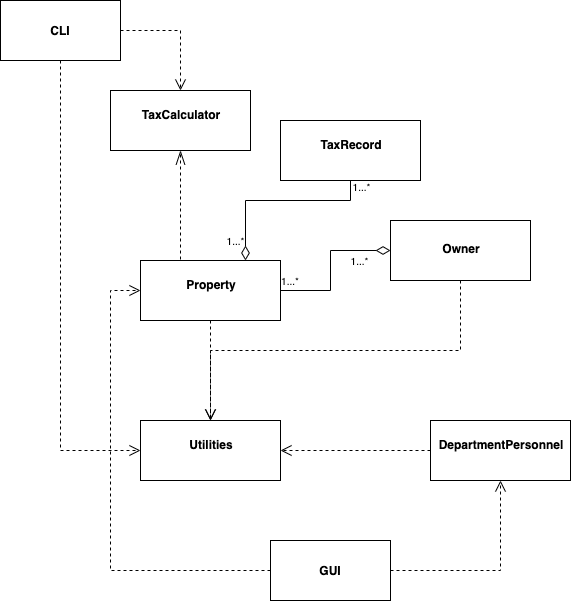
Above: Design/CS4013UML.png in ishalazo/cs4013Project (draw.io), before the change. Source tidied: cells renumbered, new cells last; positions are measured from the earlier drawing's top-left corner, leaving out a move shared by most shapes.
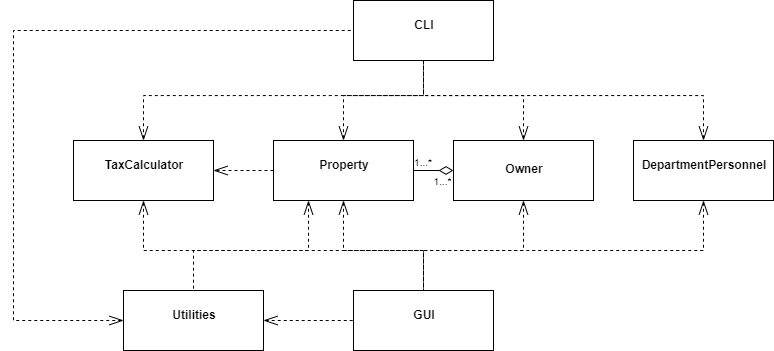
After the change.

Change to the diagram source:
```diff
@@ -2,85 +2,78 @@
   <root>
     <mxCell id="0" />
     <mxCell id="1" parent="0" />
-    <mxCell id="2" style="rounded=0;jettySize=auto;html=1;exitX=0.75;exitY=0;exitDx=0;exitDy=0;startArrow=diamondThin;startFill=0;startSize=12;endArrow=none;endFill=0;entryX=0.5;entryY=1;entryDx=0;entryDy=0;edgeStyle=orthogonalEdgeStyle;" parent="1" edge="1" source="5" target="6">
-      <mxGeometry relative="1" as="geometry">
-        <Array as="points">
-          <mxPoint x="245" y="200" />
-          <mxPoint x="350" y="200" />
-        </Array>
-      </mxGeometry>
-    </mxCell>
-    <mxCell id="3" style="rounded=0;jettySize=auto;html=1;exitX=0.25;exitY=0;exitDx=0;exitDy=0;entryX=0.5;entryY=1;entryDx=0;entryDy=0;dashed=1;strokeWidth=1;endFill=0;endArrow=openThin;endSize=12;startFill=0;startSize=12;edgeStyle=orthogonalEdgeStyle;" parent="1" edge="1" source="5" target="13">
-      <mxGeometry relative="1" as="geometry">
-        <Array as="points">
-          <mxPoint x="180" y="260" />
-        </Array>
-      </mxGeometry>
+    <mxCell id="3" style="rounded=0;jettySize=auto;html=1;entryX=1;entryY=0.5;entryDx=0;entryDy=0;dashed=1;strokeWidth=1;endFill=0;endArrow=openThin;endSize=12;startFill=0;startSize=12;edgeStyle=orthogonalEdgeStyle;" parent="1" edge="1" source="5" target="13">
+      <mxGeometry relative="1" as="geometry" />
     </mxCell>
+    <mxCell id="24" style="edgeStyle=orthogonalEdgeStyle;rounded=0;jettySize=auto;html=1;exitX=0.5;exitY=0;exitDx=0;exitDy=0;entryX=0.5;entryY=1;entryDx=0;entryDy=0;dashed=1;strokeWidth=1;endFill=0;endArrow=none;endSize=12;startFill=0;startSize=12;startArrow=openThin;" parent="1" edge="1" source="5" target="23">
+      <mxGeometry relative="1" as="geometry" />
+    </mxCell>
+    <mxCell id="25" style="edgeStyle=orthogonalEdgeStyle;rounded=0;jettySize=auto;html=1;exitX=0.5;exitY=1;exitDx=0;exitDy=0;startArrow=openThin;startFill=0;endArrow=none;endFill=0;dashed=1;strokeWidth=1;endSize=12;startSize=12;" parent="1" edge="1" source="5">
+      <mxGeometry relative="1" as="geometry">
+        <mxPoint x="330" y="370" as="targetPoint" />
+      </mxGeometry>
+    </mxCell>
-    <mxCell id="4" style="edgeStyle=orthogonalEdgeStyle;rounded=0;jettySize=auto;html=1;exitX=0.5;exitY=1;exitDx=0;exitDy=0;entryX=0.5;entryY=0;entryDx=0;entryDy=0;dashed=1;startSize=6;endArrow=open;endFill=0;endSize=9;strokeWidth=1;" parent="1" edge="1" source="5" target="9">
+    <mxCell id="4" style="edgeStyle=orthogonalEdgeStyle;rounded=0;jettySize=auto;html=1;exitX=0.25;exitY=1;exitDx=0;exitDy=0;entryX=0.5;entryY=0;entryDx=0;entryDy=0;startArrow=openThin;startFill=0;endArrow=none;endFill=0;dashed=1;strokeWidth=1;endSize=12;startSize=12;" parent="1" edge="1" source="5" target="9">
       <mxGeometry relative="1" as="geometry" />
     </mxCell>
     <mxCell id="5" value="&lt;p style=&quot;margin: 0px ; margin-top: 4px ; text-align: center&quot;&gt;&lt;br&gt;&lt;b&gt;Property&lt;/b&gt;&lt;/p&gt;" style="verticalAlign=top;align=left;overflow=fill;fontSize=12;fontFamily=Helvetica;html=1;" parent="1" vertex="1">
-      <mxGeometry x="140" y="260" width="140" height="60" as="geometry" />
+      <mxGeometry x="180" y="220" width="140" height="60" as="geometry" />
     </mxCell>
-    <mxCell id="6" value="&lt;p style=&quot;margin: 0px ; margin-top: 4px ; text-align: center&quot;&gt;&lt;br&gt;&lt;b&gt;TaxRecord&lt;/b&gt;&lt;/p&gt;" style="verticalAlign=top;align=left;overflow=fill;fontSize=12;fontFamily=Helvetica;html=1;" parent="1" vertex="1">
-      <mxGeometry x="280" y="120" width="140" height="60" as="geometry" />
-    </mxCell>
-    <mxCell id="7" style="edgeStyle=orthogonalEdgeStyle;rounded=0;jettySize=auto;html=1;exitX=0;exitY=0.5;exitDx=0;exitDy=0;entryX=1;entryY=0.5;entryDx=0;entryDy=0;dashed=1;startSize=6;endArrow=open;endFill=0;endSize=9;strokeWidth=1;" parent="1" edge="1" source="8" target="9">
-      <mxGeometry relative="1" as="geometry" />
-    </mxCell>
+    <mxCell id="26" style="edgeStyle=orthogonalEdgeStyle;rounded=0;jettySize=auto;html=1;exitX=0.5;exitY=0;exitDx=0;exitDy=0;entryX=0.5;entryY=1;entryDx=0;entryDy=0;dashed=1;strokeWidth=1;endFill=0;endArrow=none;endSize=12;startFill=0;startSize=12;startArrow=openThin;" parent="1" edge="1" source="8" target="23">
+      <mxGeometry relative="1" as="geometry" />
+    </mxCell>
+    <mxCell id="27" style="edgeStyle=orthogonalEdgeStyle;rounded=0;jettySize=auto;html=1;exitX=0.5;exitY=1;exitDx=0;exitDy=0;entryX=0.5;entryY=0;entryDx=0;entryDy=0;startArrow=openThin;startFill=0;endArrow=none;endFill=0;dashed=1;strokeWidth=1;endSize=12;startSize=12;" parent="1" edge="1" source="8" target="20">
+      <mxGeometry relative="1" as="geometry" />
+    </mxCell>
     <mxCell id="8" value="&lt;p style=&quot;margin: 0px ; margin-top: 4px ; text-align: center&quot;&gt;&lt;br&gt;&lt;b&gt;DepartmentPersonnel&lt;/b&gt;&lt;/p&gt;" style="verticalAlign=top;align=left;overflow=fill;fontSize=12;fontFamily=Helvetica;html=1;" parent="1" vertex="1">
-      <mxGeometry x="430" y="420" width="140" height="60" as="geometry" />
+      <mxGeometry x="540" y="220" width="140" height="60" as="geometry" />
     </mxCell>
-    <mxCell id="9" value="&lt;p style=&quot;margin: 0px ; margin-top: 4px ; text-align: center&quot;&gt;&lt;br&gt;&lt;b&gt;Utilities&lt;/b&gt;&lt;/p&gt;" style="verticalAlign=top;align=left;overflow=fill;fontSize=12;fontFamily=Helvetica;html=1;" parent="1" vertex="1">
-      <mxGeometry x="140" y="420" width="140" height="60" as="geometry" />
-    </mxCell>
     <mxCell id="10" style="edgeStyle=orthogonalEdgeStyle;rounded=0;jettySize=auto;html=1;exitX=0;exitY=0.5;exitDx=0;exitDy=0;entryX=1;entryY=0.5;entryDx=0;entryDy=0;endFill=0;endArrow=none;startFill=0;startArrow=diamondThin;startSize=12;" parent="1" edge="1" source="12" target="5">
       <mxGeometry relative="1" as="geometry" />
     </mxCell>
-    <mxCell id="11" style="edgeStyle=orthogonalEdgeStyle;rounded=0;jettySize=auto;html=1;exitX=0.5;exitY=1;exitDx=0;exitDy=0;dashed=1;startSize=6;endArrow=open;endFill=0;endSize=9;strokeWidth=1;" parent="1" edge="1" source="12" target="9">
-      <mxGeometry relative="1" as="geometry" />
-    </mxCell>
+    <mxCell id="28" style="edgeStyle=orthogonalEdgeStyle;rounded=0;jettySize=auto;html=1;exitX=0.5;exitY=0;exitDx=0;exitDy=0;entryX=0.5;entryY=1;entryDx=0;entryDy=0;dashed=1;strokeWidth=1;endFill=0;endArrow=none;endSize=12;startFill=0;startSize=12;startArrow=openThin;" parent="1" edge="1" source="12" target="23">
+      <mxGeometry relative="1" as="geometry" />
+    </mxCell>
+    <mxCell id="29" style="edgeStyle=orthogonalEdgeStyle;rounded=0;jettySize=auto;html=1;exitX=0.5;exitY=1;exitDx=0;exitDy=0;entryX=0.5;entryY=0;entryDx=0;entryDy=0;startArrow=openThin;startFill=0;endArrow=none;endFill=0;dashed=1;strokeWidth=1;endSize=12;startSize=12;" parent="1" edge="1" source="12" target="20">
+      <mxGeometry relative="1" as="geometry" />
+    </mxCell>
     <mxCell id="12" value="&lt;p style=&quot;margin: 0px ; margin-top: 4px ; text-align: center&quot;&gt;&lt;b&gt;&lt;br&gt;&lt;/b&gt;&lt;/p&gt;&lt;p style=&quot;margin: 0px ; margin-top: 4px ; text-align: center&quot;&gt;&lt;b&gt;Owner&lt;/b&gt;&lt;/p&gt;" style="verticalAlign=top;align=left;overflow=fill;fontSize=12;fontFamily=Helvetica;html=1;" parent="1" vertex="1">
-      <mxGeometry x="390" y="220" width="140" height="60" as="geometry" />
+      <mxGeometry x="360" y="220" width="140" height="60" as="geometry" />
     </mxCell>
+    <mxCell id="30" style="edgeStyle=orthogonalEdgeStyle;rounded=0;jettySize=auto;html=1;exitX=0.5;exitY=0;exitDx=0;exitDy=0;entryX=0.5;entryY=1;entryDx=0;entryDy=0;dashed=1;strokeWidth=1;endFill=0;endArrow=none;endSize=12;startFill=0;startSize=12;startArrow=openThin;" parent="1" edge="1" source="13" target="23">
+      <mxGeometry relative="1" as="geometry" />
+    </mxCell>
+    <mxCell id="31" style="edgeStyle=orthogonalEdgeStyle;rounded=0;jettySize=auto;html=1;exitX=0.5;exitY=1;exitDx=0;exitDy=0;entryX=0.5;entryY=0;entryDx=0;entryDy=0;startArrow=openThin;startFill=0;endArrow=none;endFill=0;dashed=1;strokeWidth=1;endSize=12;startSize=12;" parent="1" edge="1" source="13" target="20">
+      <mxGeometry relative="1" as="geometry" />
+    </mxCell>
     <mxCell id="13" value="&lt;p style=&quot;margin: 0px ; margin-top: 4px ; text-align: center&quot;&gt;&lt;br&gt;&lt;b&gt;TaxCalculator&lt;/b&gt;&lt;/p&gt;" style="verticalAlign=top;align=left;overflow=fill;fontSize=12;fontFamily=Helvetica;html=1;" parent="1" vertex="1">
-      <mxGeometry x="110" y="90" width="140" height="60" as="geometry" />
+      <mxGeometry x="-20" y="220" width="140" height="60" as="geometry" />
     </mxCell>
     <mxCell id="14" value="&lt;font style=&quot;font-size: 10px&quot;&gt;1...*&lt;/font&gt;" style="text;html=1;strokeColor=none;fillColor=none;align=center;verticalAlign=middle;whiteSpace=wrap;rounded=0;" parent="1" vertex="1">
-      <mxGeometry x="270" y="270" width="40" height="20" as="geometry" />
+      <mxGeometry x="310" y="231" width="40" height="20" as="geometry" />
     </mxCell>
     <mxCell id="15" value="&lt;font style=&quot;font-size: 10px&quot;&gt;1...*&lt;/font&gt;" style="text;html=1;align=center;verticalAlign=middle;" parent="1" vertex="1">
-      <mxGeometry x="344" y="250" width="30" height="20" as="geometry" />
+      <mxGeometry x="334" y="250" width="30" height="20" as="geometry" />
     </mxCell>
-    <mxCell id="16" value="&lt;font style=&quot;font-size: 10px&quot;&gt;1...*&lt;/font&gt;" style="text;html=1;align=center;verticalAlign=middle;" parent="1" vertex="1">
-      <mxGeometry x="346" y="176" width="30" height="20" as="geometry" />
-    </mxCell>
-    <mxCell id="17" value="&lt;font style=&quot;font-size: 10px&quot;&gt;1...*&lt;/font&gt;" style="text;html=1;align=center;verticalAlign=middle;" parent="1" vertex="1">
-      <mxGeometry x="220" y="230" width="30" height="20" as="geometry" />
-    </mxCell>
-    <mxCell id="18" style="edgeStyle=orthogonalEdgeStyle;rounded=0;jettySize=auto;html=1;exitX=1;exitY=0.5;exitDx=0;exitDy=0;entryX=0.5;entryY=1;entryDx=0;entryDy=0;dashed=1;startSize=6;endArrow=open;endFill=0;endSize=9;strokeWidth=1;" parent="1" edge="1" source="20" target="8">
-      <mxGeometry relative="1" as="geometry" />
-    </mxCell>
-    <mxCell id="19" style="edgeStyle=orthogonalEdgeStyle;rounded=0;jettySize=auto;html=1;exitX=0;exitY=0.5;exitDx=0;exitDy=0;dashed=1;startSize=6;endArrow=open;endFill=0;endSize=9;strokeWidth=1;entryX=0;entryY=0.5;entryDx=0;entryDy=0;" parent="1" edge="1" source="20" target="5">
-      <mxGeometry relative="1" as="geometry">
-        <Array as="points">
-          <mxPoint x="110" y="570" />
-          <mxPoint x="110" y="290" />
-        </Array>
-      </mxGeometry>
-    </mxCell>
-    <mxCell id="20" value="&lt;b&gt;GUI&lt;/b&gt;" style="rounded=0;whiteSpace=wrap;html=1;" parent="1" vertex="1">
-      <mxGeometry x="270" y="540" width="120" height="60" as="geometry" />
+    <mxCell id="20" value="&lt;p style=&quot;margin: 0px ; margin-top: 4px ; text-align: center&quot;&gt;&lt;br&gt;&lt;b&gt;GUI&lt;/b&gt;&lt;/p&gt;" style="verticalAlign=top;align=left;overflow=fill;fontSize=12;fontFamily=Helvetica;html=1;" parent="1" vertex="1">
+      <mxGeometry x="260" y="370" width="140" height="60" as="geometry" />
     </mxCell>
-    <mxCell id="21" style="edgeStyle=orthogonalEdgeStyle;rounded=0;jettySize=auto;html=1;exitX=1;exitY=0.5;exitDx=0;exitDy=0;entryX=0.5;entryY=0;entryDx=0;entryDy=0;dashed=1;startSize=6;endArrow=open;endFill=0;endSize=9;strokeWidth=1;" parent="1" edge="1" source="23" target="13">
-      <mxGeometry relative="1" as="geometry" />
-    </mxCell>
-    <mxCell id="22" style="edgeStyle=orthogonalEdgeStyle;rounded=0;jettySize=auto;html=1;exitX=0.5;exitY=1;exitDx=0;exitDy=0;entryX=0;entryY=0.5;entryDx=0;entryDy=0;dashed=1;startSize=6;endArrow=open;endFill=0;endSize=9;strokeWidth=1;" parent="1" edge="1" source="23" target="9">
-      <mxGeometry relative="1" as="geometry" />
-    </mxCell>
-    <mxCell id="23" value="&lt;b&gt;CLI&lt;/b&gt;" style="whiteSpace=wrap;html=1;" parent="1" vertex="1">
-      <mxGeometry width="120" height="60" as="geometry" />
+    <mxCell id="23" value="&lt;p style=&quot;margin: 0px ; margin-top: 4px ; text-align: center&quot;&gt;&lt;br&gt;&lt;b&gt;CLI&lt;/b&gt;&lt;/p&gt;" style="verticalAlign=top;align=left;overflow=fill;fontSize=12;fontFamily=Helvetica;html=1;" parent="1" vertex="1">
+      <mxGeometry x="260" y="80" width="140" height="60" as="geometry" />
     </mxCell>
+    <mxCell id="32" style="edgeStyle=orthogonalEdgeStyle;rounded=0;jettySize=auto;html=1;exitX=1;exitY=0.5;exitDx=0;exitDy=0;entryX=0;entryY=0.5;entryDx=0;entryDy=0;startArrow=openThin;startFill=0;endArrow=none;endFill=0;dashed=1;strokeWidth=1;endSize=12;startSize=12;" parent="1" edge="1" source="9" target="20">
+      <mxGeometry relative="1" as="geometry" />
+    </mxCell>
+    <mxCell id="33" style="edgeStyle=orthogonalEdgeStyle;rounded=0;jettySize=auto;html=1;exitX=0;exitY=0.5;exitDx=0;exitDy=0;entryX=0;entryY=0.5;entryDx=0;entryDy=0;startArrow=openThin;startFill=0;endArrow=none;endFill=0;dashed=1;strokeWidth=1;endSize=12;startSize=12;" parent="1" edge="1" source="9" target="23">
+      <mxGeometry relative="1" as="geometry">
+        <Array as="points">
+          <mxPoint x="-80" y="400" />
+          <mxPoint x="-80" y="110" />
+        </Array>
+      </mxGeometry>
+    </mxCell>
+    <mxCell id="9" value="&lt;p style=&quot;margin: 0px ; margin-top: 4px ; text-align: center&quot;&gt;&lt;br&gt;&lt;b&gt;Utilities&lt;/b&gt;&lt;/p&gt;" style="verticalAlign=top;align=left;overflow=fill;fontSize=12;fontFamily=Helvetica;html=1;" parent="1" vertex="1">
+      <mxGeometry x="30" y="370" width="140" height="60" as="geometry" />
+    </mxCell>
   </root>
 </mxGraphModel>
```
